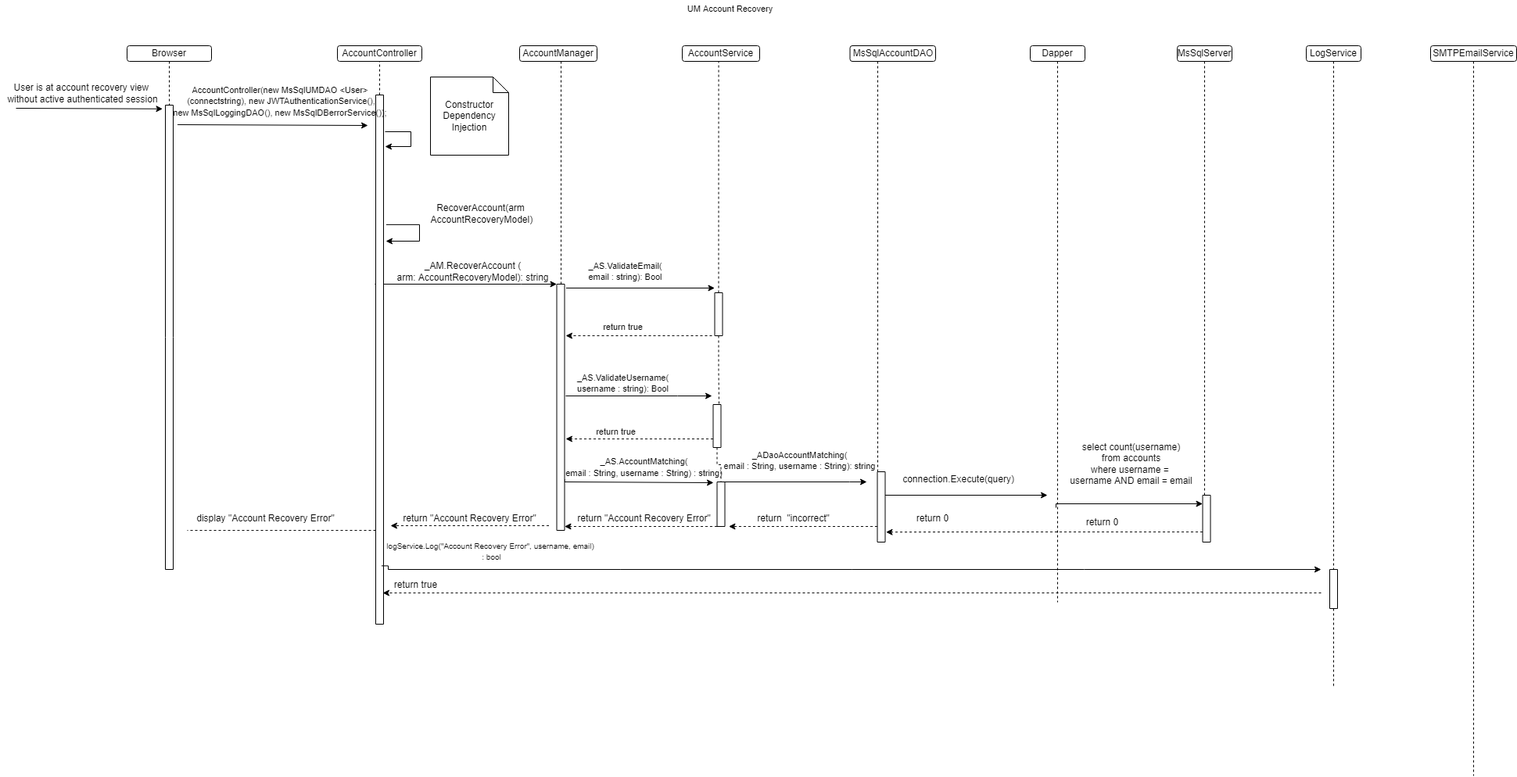
This is Documents/Core Components/Account Recovery/acountrecoveryLL-Invalid Email.drawio.png from Annihilator3180/CECS-491A-Senior-Project, a draw.io export, as it was before one commit. Source tidied: cells renumbered, new cells last; positions are measured from the earlier drawing's top-left corner, leaving out a move shared by most shapes.
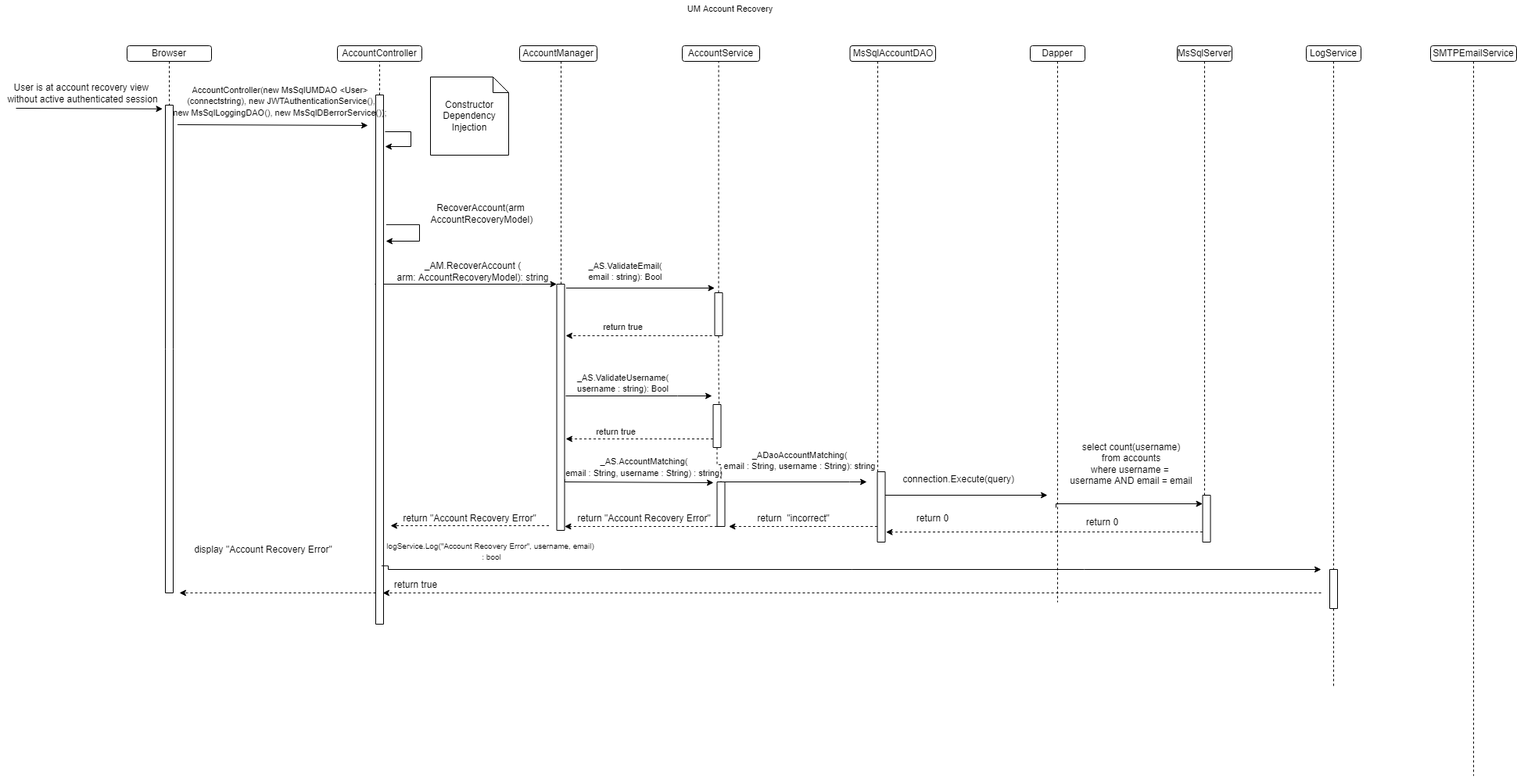
Later version of the same file.

What changed in the source:
```diff
@@ -242,12 +242,11 @@
     <mxCell id="50" value="Browser" style="rounded=1;whiteSpace=wrap;html=1;" parent="1" vertex="1">
       <mxGeometry x="162" y="58" width="108" height="20" as="geometry" />
     </mxCell>
-    <mxCell id="51" style="edgeStyle=orthogonalEdgeStyle;rounded=0;jettySize=auto;html=1;dashed=1;endArrow=none;endFill=0;" parent="1" edge="1" source="52">
+    <mxCell id="51" style="edgeStyle=orthogonalEdgeStyle;rounded=0;jettySize=auto;html=1;dashed=1;endArrow=classic;endFill=1;" parent="1" edge="1" source="52">
       <mxGeometry relative="1" as="geometry">
-        <mxPoint x="239" y="678" as="targetPoint" />
+        <mxPoint x="229" y="758" as="targetPoint" />
         <Array as="points">
-          <mxPoint x="429" y="678" />
-          <mxPoint x="429" y="678" />
+          <mxPoint x="239" y="758" />
         </Array>
       </mxGeometry>
     </mxCell>
@@ -255,7 +254,7 @@
       <mxGeometry x="480" y="121" width="10" height="677" as="geometry" />
     </mxCell>
     <mxCell id="53" style="rounded=0;whiteSpace=wrap;html=1;direction=south;" parent="1" vertex="1">
-      <mxGeometry x="211" y="134" width="10" height="594" as="geometry" />
+      <mxGeometry x="211" y="134" width="10" height="624" as="geometry" />
     </mxCell>
     <mxCell id="54" value="_AS.ValidateEmail(&lt;br&gt;email : string): Bool" style="text;html=1;align=center;verticalAlign=middle;strokeColor=none;fillColor=none;fontSize=11;" parent="1" vertex="1">
       <mxGeometry x="743.5" y="330" width="110" height="33" as="geometry" />
@@ -340,7 +339,7 @@
       <mxGeometry x="505" y="653" width="190" height="20" as="geometry" />
     </mxCell>
     <mxCell id="72" value="display &quot;Account Recovery Error&quot;" style="text;html=1;align=center;verticalAlign=middle;strokeColor=none;fillColor=none;" parent="1" vertex="1">
-      <mxGeometry x="244" y="653" width="190" height="20" as="geometry" />
+      <mxGeometry x="241" y="693" width="190" height="20" as="geometry" />
     </mxCell>
     <mxCell id="73" value="&lt;font style=&quot;font-size: 11px&quot;&gt;AccountController(new MsSqlUMDAO &amp;lt;User&amp;gt; &lt;br&gt;(connectstring), new JWTAuthenticationService(),&lt;br&gt;new MsSqlLoggingDAO(), &lt;/font&gt;&lt;font style=&quot;font-size: 11px&quot;&gt;&lt;font style=&quot;font-size: 11px&quot;&gt;new MsSqlDBerrorService())&lt;/font&gt;;&amp;nbsp;&lt;/font&gt;" style="text;html=1;align=center;verticalAlign=middle;strokeColor=none;fillColor=none;" parent="1" vertex="1">
       <mxGeometry x="214" y="104" width="290" height="50" as="geometry" />
```
